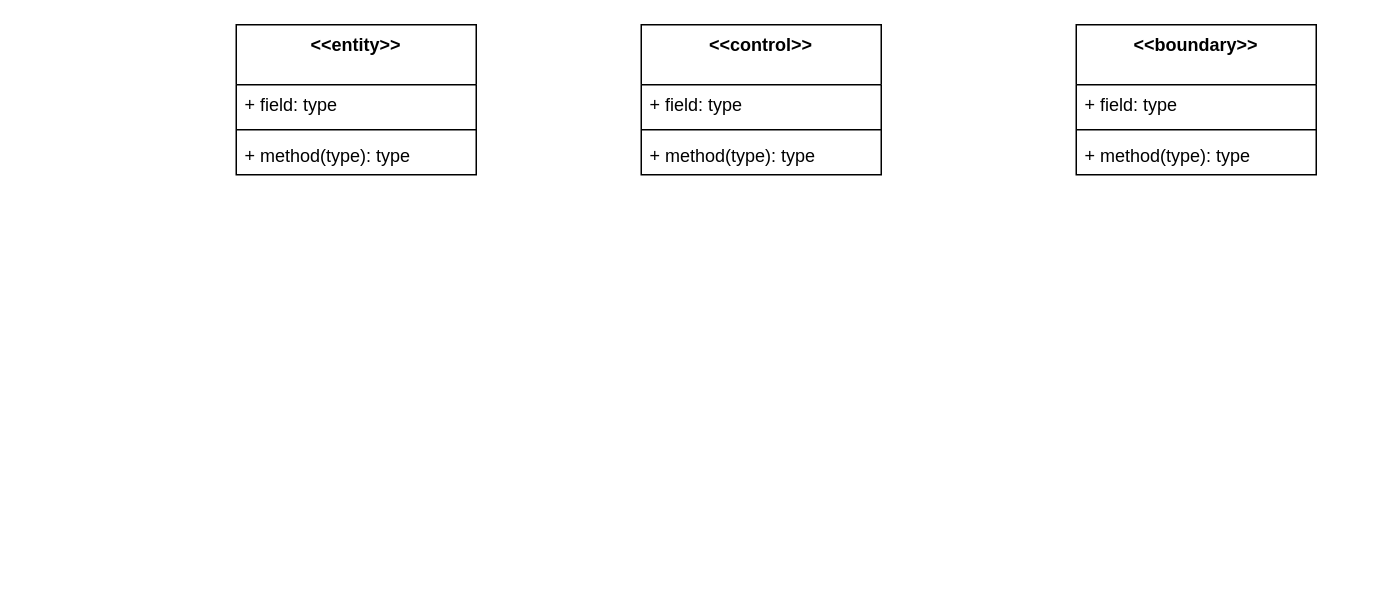
Before: Docs/VoPC/VoPC ReplyRequest.drawio in nic-agos/DoveStudi, a draw.io diagram. Source tidied: cells renumbered, new cells numbered last; positions are measured from the earlier drawing's top-left corner, leaving out a move shared by most shapes. Both pictures are drawn from the tidied source at 150%, with x=0, y=0 at pixel (236, 24).
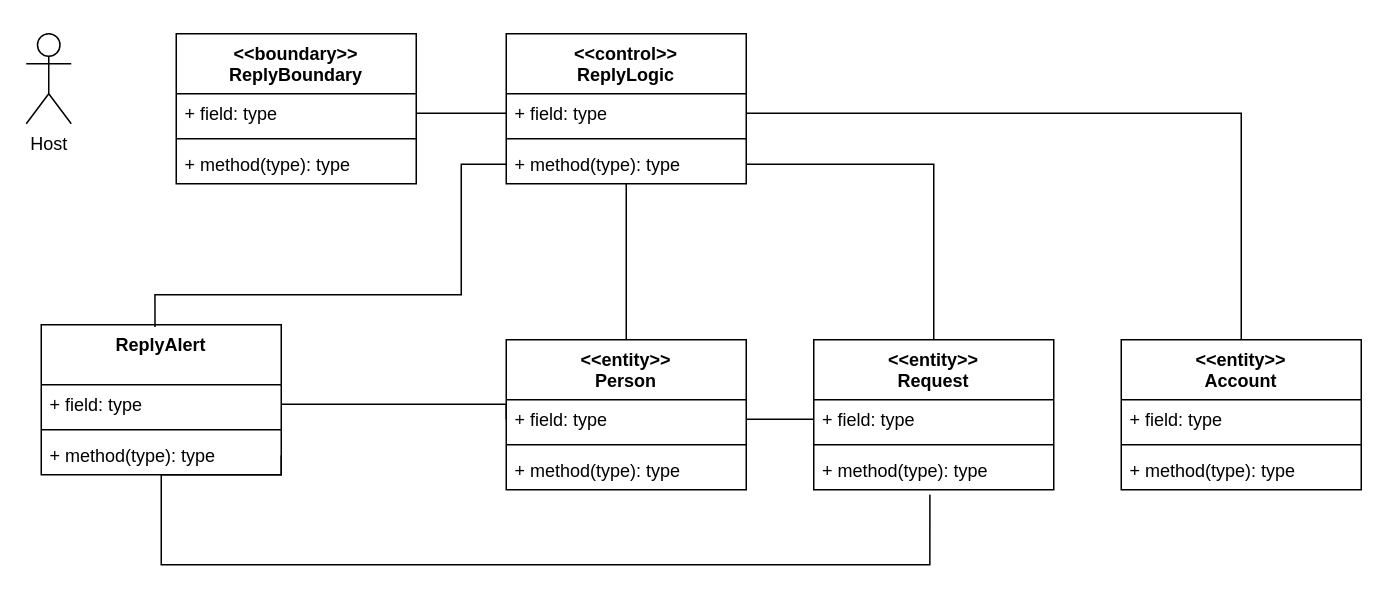
After the change.

The change refers to these unchanged cells:
```xml
<mxCell id="3" value="+ field: type" style="text;strokeColor=none;fillColor=none;align=left;verticalAlign=top;spacingLeft=4;spacingRight=4;overflow=hidden;points=[[0,0.5],[1,0.5]];portConstraint=eastwest;" parent="2" vertex="1">
  <mxGeometry y="40" width="160" height="26" as="geometry" />
</mxCell>
<mxCell id="5" value="+ method(type): type" style="text;strokeColor=none;fillColor=none;align=left;verticalAlign=top;spacingLeft=4;spacingRight=4;overflow=hidden;points=[[0,0.5],[1,0.5]];portConstraint=eastwest;" parent="2" vertex="1">
  <mxGeometry y="74" width="160" height="26" as="geometry" />
</mxCell>
<mxCell id="7" value="+ field: type" style="text;strokeColor=none;fillColor=none;align=left;verticalAlign=top;spacingLeft=4;spacingRight=4;overflow=hidden;points=[[0,0.5],[1,0.5]];portConstraint=eastwest;" parent="6" vertex="1">
  <mxGeometry y="40" width="160" height="26" as="geometry" />
</mxCell>
<mxCell id="9" value="+ method(type): type" style="text;strokeColor=none;fillColor=none;align=left;verticalAlign=top;spacingLeft=4;spacingRight=4;overflow=hidden;points=[[0,0.5],[1,0.5]];portConstraint=eastwest;" parent="6" vertex="1">
  <mxGeometry y="74" width="160" height="26" as="geometry" />
</mxCell>
<mxCell id="11" value="+ field: type" style="text;strokeColor=none;fillColor=none;align=left;verticalAlign=top;spacingLeft=4;spacingRight=4;overflow=hidden;points=[[0,0.5],[1,0.5]];portConstraint=eastwest;" parent="10" vertex="1">
  <mxGeometry y="40" width="160" height="26" as="geometry" />
</mxCell>
```

What changed in the source:
```diff
@@
-    <mxCell id="2" value="&lt;&lt;entity&gt;&gt;&#10;" style="swimlane;fontStyle=1;align=center;verticalAlign=top;horizontal=1;startSize=40;" parent="1" vertex="1">
-      <mxGeometry width="160" height="100" as="geometry" />
+    <mxCell id="2" value="&lt;&lt;entity&gt;&gt;&#10;Request" style="swimlane;fontStyle=1;align=center;verticalAlign=top;horizontal=1;startSize=40;" parent="1" vertex="1">
+      <mxGeometry x="385" y="210" width="160" height="100" as="geometry" />
     </mxCell>
@@
-    <mxCell id="6" value="&lt;&lt;control&gt;&gt;&#10;" style="swimlane;fontStyle=1;align=center;verticalAlign=top;horizontal=1;startSize=40;" parent="1" vertex="1">
-      <mxGeometry x="270" width="160" height="100" as="geometry" />
+    <mxCell id="6" value="&lt;&lt;control&gt;&gt;&#10;ReplyLogic" style="swimlane;fontStyle=1;align=center;verticalAlign=top;horizontal=1;startSize=40;" parent="1" vertex="1">
+      <mxGeometry x="180" y="6" width="160" height="100" as="geometry" />
     </mxCell>
@@
-    <mxCell id="10" value="&lt;&lt;boundary&gt;&gt;&#10;" style="swimlane;fontStyle=1;align=center;verticalAlign=top;horizontal=1;startSize=40;" parent="1" vertex="1">
-      <mxGeometry x="560" width="160" height="100" as="geometry" />
+    <mxCell id="10" value="&lt;&lt;boundary&gt;&gt;&#10;ReplyBoundary" style="swimlane;fontStyle=1;align=center;verticalAlign=top;horizontal=1;startSize=40;" parent="1" vertex="1">
+      <mxGeometry x="-40" y="6" width="160" height="100" as="geometry" />
     </mxCell>
@@
+    <mxCell id="14" value="Host" style="shape=umlActor;verticalLabelPosition=bottom;verticalAlign=top;html=1;" parent="1" vertex="1">
+      <mxGeometry x="-140" y="6" width="30" height="60" as="geometry" />
+    </mxCell>
+    <mxCell id="15" style="edgeStyle=orthogonalEdgeStyle;rounded=0;jettySize=auto;html=1;exitX=0.5;exitY=0;exitDx=0;exitDy=0;endArrow=none;endFill=0;" parent="1" edge="1" source="16" target="7">
+      <mxGeometry relative="1" as="geometry" />
+    </mxCell>
+    <mxCell id="16" value="&lt;&lt;entity&gt;&gt;&#10;Account" style="swimlane;fontStyle=1;align=center;verticalAlign=top;horizontal=1;startSize=40;" parent="1" vertex="1">
+      <mxGeometry x="590" y="210" width="160" height="100" as="geometry" />
+    </mxCell>
+    <mxCell id="17" value="+ field: type" style="text;strokeColor=none;fillColor=none;align=left;verticalAlign=top;spacingLeft=4;spacingRight=4;overflow=hidden;" parent="16" vertex="1">
+      <mxGeometry y="40" width="160" height="26" as="geometry" />
+    </mxCell>
+    <mxCell id="18" style="line;strokeWidth=1;fillColor=none;align=left;verticalAlign=middle;spacingTop=-1;spacingLeft=3;spacingRight=3;labelPosition=right;" parent="16" vertex="1">
+      <mxGeometry y="66" width="160" height="8" as="geometry" />
+    </mxCell>
+    <mxCell id="19" value="+ method(type): type" style="text;strokeColor=none;fillColor=none;align=left;verticalAlign=top;spacingLeft=4;spacingRight=4;overflow=hidden;" parent="16" vertex="1">
+      <mxGeometry y="74" width="160" height="26" as="geometry" />
+    </mxCell>
+    <mxCell id="20" style="edgeStyle=orthogonalEdgeStyle;rounded=0;jettySize=auto;html=1;exitX=0.5;exitY=0;exitDx=0;exitDy=0;endArrow=none;endFill=0;" parent="1" edge="1" source="21" target="6">
+      <mxGeometry relative="1" as="geometry" />
+    </mxCell>
+    <mxCell id="21" value="&lt;&lt;entity&gt;&gt;&#10;Person" style="swimlane;fontStyle=1;align=center;verticalAlign=top;horizontal=1;startSize=40;" parent="1" vertex="1">
+      <mxGeometry x="180" y="210" width="160" height="100" as="geometry" />
+    </mxCell>
+    <mxCell id="22" value="+ field: type" style="text;strokeColor=none;fillColor=none;align=left;verticalAlign=top;spacingLeft=4;spacingRight=4;overflow=hidden;points=[[0,0.5],[1,0.5]];portConstraint=eastwest;" parent="21" vertex="1">
+      <mxGeometry y="40" width="160" height="26" as="geometry" />
+    </mxCell>
+    <mxCell id="23" style="line;strokeWidth=1;fillColor=none;align=left;verticalAlign=middle;spacingTop=-1;spacingLeft=3;spacingRight=3;labelPosition=right;" parent="21" vertex="1">
+      <mxGeometry y="66" width="160" height="8" as="geometry" />
+    </mxCell>
+    <mxCell id="24" value="+ method(type): type" style="text;strokeColor=none;fillColor=none;align=left;verticalAlign=top;spacingLeft=4;spacingRight=4;overflow=hidden;" parent="21" vertex="1">
+      <mxGeometry y="74" width="160" height="26" as="geometry" />
+    </mxCell>
+    <mxCell id="25" style="edgeStyle=orthogonalEdgeStyle;rounded=0;jettySize=auto;html=1;exitX=1;exitY=0.5;exitDx=0;exitDy=0;entryX=0;entryY=0.5;entryDx=0;entryDy=0;endArrow=none;endFill=0;" parent="1" edge="1" source="22" target="3">
+      <mxGeometry relative="1" as="geometry" />
+    </mxCell>
+    <mxCell id="26" value="ReplyAlert" style="swimlane;fontStyle=1;align=center;verticalAlign=top;horizontal=1;startSize=40;" parent="1" vertex="1">
+      <mxGeometry x="-130" y="200" width="160" height="100" as="geometry" />
+    </mxCell>
+    <mxCell id="27" value="+ field: type" style="text;strokeColor=none;fillColor=none;align=left;verticalAlign=top;spacingLeft=4;spacingRight=4;overflow=hidden;points=[[0,0.5],[1,0.5]];portConstraint=eastwest;" parent="26" vertex="1">
+      <mxGeometry y="40" width="160" height="26" as="geometry" />
+    </mxCell>
+    <mxCell id="28" style="line;strokeWidth=1;fillColor=none;align=left;verticalAlign=middle;spacingTop=-1;spacingLeft=3;spacingRight=3;labelPosition=right;" parent="26" vertex="1">
+      <mxGeometry y="66" width="160" height="8" as="geometry" />
+    </mxCell>
+    <mxCell id="29" value="+ method(type): type" style="text;strokeColor=none;fillColor=none;align=left;verticalAlign=top;spacingLeft=4;spacingRight=4;overflow=hidden;points=[[0,0.5],[1,0.5]];portConstraint=eastwest;" parent="26" vertex="1">
+      <mxGeometry y="74" width="160" height="26" as="geometry" />
+    </mxCell>
+    <mxCell id="30" style="edgeStyle=orthogonalEdgeStyle;rounded=0;jettySize=auto;html=1;exitX=1;exitY=0.5;exitDx=0;exitDy=0;entryX=0;entryY=0.5;entryDx=0;entryDy=0;endArrow=none;endFill=0;" parent="1" edge="1" source="27" target="22">
+      <mxGeometry relative="1" as="geometry">
+        <Array as="points">
+          <mxPoint x="180" y="253" />
+        </Array>
+      </mxGeometry>
+    </mxCell>
+    <mxCell id="31" style="edgeStyle=orthogonalEdgeStyle;rounded=0;jettySize=auto;html=1;exitX=0;exitY=0.5;exitDx=0;exitDy=0;entryX=0.474;entryY=0.015;entryDx=0;entryDy=0;entryPerimeter=0;endArrow=none;endFill=0;" parent="1" edge="1" source="9" target="26">
+      <mxGeometry relative="1" as="geometry">
+        <Array as="points">
+          <mxPoint x="150" y="93" />
+          <mxPoint x="150" y="180" />
+          <mxPoint x="-54" y="180" />
+        </Array>
+      </mxGeometry>
+    </mxCell>
+    <mxCell id="32" style="edgeStyle=orthogonalEdgeStyle;rounded=0;jettySize=auto;html=1;exitX=1;exitY=0.5;exitDx=0;exitDy=0;endArrow=none;endFill=0;" parent="1" edge="1" source="11" target="7">
+      <mxGeometry relative="1" as="geometry" />
+    </mxCell>
+    <mxCell id="33" style="edgeStyle=orthogonalEdgeStyle;rounded=0;jettySize=auto;html=1;exitX=1;exitY=0.5;exitDx=0;exitDy=0;endArrow=none;endFill=0;" parent="1" edge="1" source="9" target="2">
+      <mxGeometry relative="1" as="geometry" />
+    </mxCell>
+    <mxCell id="34" style="edgeStyle=orthogonalEdgeStyle;rounded=0;jettySize=auto;html=1;exitX=1;exitY=0.5;exitDx=0;exitDy=0;entryX=0.484;entryY=1.125;entryDx=0;entryDy=0;entryPerimeter=0;endArrow=none;endFill=0;" parent="1" edge="1" source="29" target="5">
+      <mxGeometry relative="1" as="geometry">
+        <Array as="points">
+          <mxPoint x="30" y="300" />
+          <mxPoint x="-50" y="300" />
+          <mxPoint x="-50" y="360" />
+          <mxPoint x="462" y="360" />
+        </Array>
+      </mxGeometry>
+    </mxCell>
```
